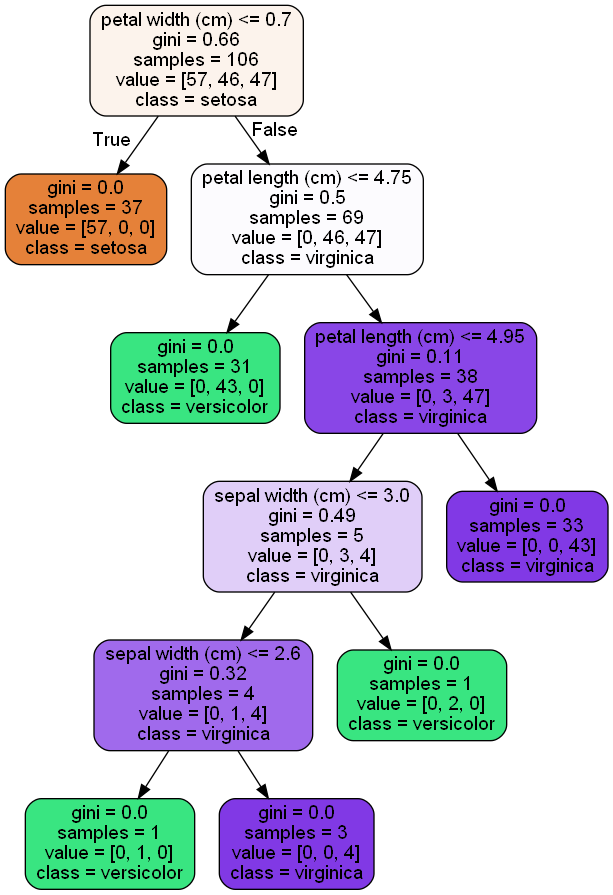
Above: Cases Studies/RandomForest Covid Case Study_06302020/tree.dot.png in tc18fwd/SpringBoard (Graphviz), before the change. Its source is kept beside it as Cases Studies/RandomForest Covid Case Study_06302020/tree.dot.
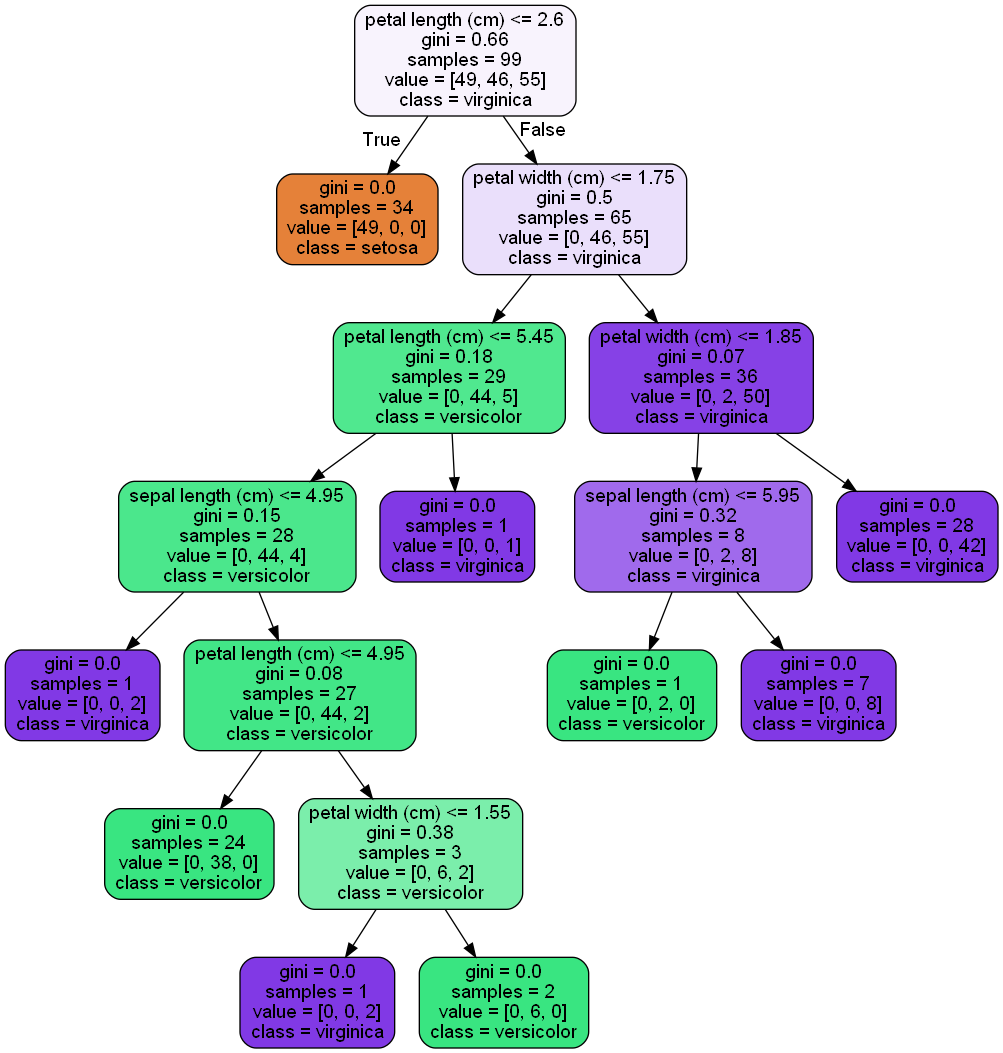
Later version of the same file.

What changed in the source:
```diff
@@ -1,25 +1,37 @@
 digraph Tree {
 node [shape=box, style="filled, rounded", color="black", fontname=helvetica] ;
 edge [fontname=helvetica] ;
-0 [label="petal width (cm) <= 0.7\ngini = 0.66\nsamples = 106\nvalue = [57, 46, 47]\nclass = setosa", fillcolor="#fcf3ec"] ;
-1 [label="gini = 0.0\nsamples = 37\nvalue = [57, 0, 0]\nclass = setosa", fillcolor="#e58139"] ;
+0 [label="petal length (cm) <= 2.6\ngini = 0.66\nsamples = 99\nvalue = [49, 46, 55]\nclass = virginica", fillcolor="#f8f3fd"] ;
+1 [label="gini = 0.0\nsamples = 34\nvalue = [49, 0, 0]\nclass = setosa", fillcolor="#e58139"] ;
 0 -> 1 [labeldistance=2.5, labelangle=45, headlabel="True"] ;
-2 [label="petal length (cm) <= 4.75\ngini = 0.5\nsamples = 69\nvalue = [0, 46, 47]\nclass = virginica", fillcolor="#fcfbfe"] ;
+2 [label="petal width (cm) <= 1.75\ngini = 0.5\nsamples = 65\nvalue = [0, 46, 55]\nclass = virginica", fillcolor="#eadffb"] ;
 0 -> 2 [labeldistance=2.5, labelangle=-45, headlabel="False"] ;
-3 [label="gini = 0.0\nsamples = 31\nvalue = [0, 43, 0]\nclass = versicolor", fillcolor="#39e581"] ;
+3 [label="petal length (cm) <= 5.45\ngini = 0.18\nsamples = 29\nvalue = [0, 44, 5]\nclass = versicolor", fillcolor="#50e88f"] ;
 2 -> 3 ;
-4 [label="petal length (cm) <= 4.95\ngini = 0.11\nsamples = 38\nvalue = [0, 3, 47]\nclass = virginica", fillcolor="#8946e7"] ;
-2 -> 4 ;
-5 [label="sepal width (cm) <= 3.0\ngini = 0.49\nsamples = 5\nvalue = [0, 3, 4]\nclass = virginica", fillcolor="#e0cef8"] ;
+4 [label="sepal length (cm) <= 4.95\ngini = 0.15\nsamples = 28\nvalue = [0, 44, 4]\nclass = versicolor", fillcolor="#4be78c"] ;
+3 -> 4 ;
+5 [label="gini = 0.0\nsamples = 1\nvalue = [0, 0, 2]\nclass = virginica", fillcolor="#8139e5"] ;
 4 -> 5 ;
-6 [label="sepal width (cm) <= 2.6\ngini = 0.32\nsamples = 4\nvalue = [0, 1, 4]\nclass = virginica", fillcolor="#a06aec"] ;
-5 -> 6 ;
-7 [label="gini = 0.0\nsamples = 1\nvalue = [0, 1, 0]\nclass = versicolor", fillcolor="#39e581"] ;
+6 [label="petal length (cm) <= 4.95\ngini = 0.08\nsamples = 27\nvalue = [0, 44, 2]\nclass = versicolor", fillcolor="#42e687"] ;
+4 -> 6 ;
+7 [label="gini = 0.0\nsamples = 24\nvalue = [0, 38, 0]\nclass = versicolor", fillcolor="#39e581"] ;
 6 -> 7 ;
-8 [label="gini = 0.0\nsamples = 3\nvalue = [0, 0, 4]\nclass = virginica", fillcolor="#8139e5"] ;
+8 [label="petal width (cm) <= 1.55\ngini = 0.38\nsamples = 3\nvalue = [0, 6, 2]\nclass = versicolor", fillcolor="#7beeab"] ;
 6 -> 8 ;
-9 [label="gini = 0.0\nsamples = 1\nvalue = [0, 2, 0]\nclass = versicolor", fillcolor="#39e581"] ;
-5 -> 9 ;
-10 [label="gini = 0.0\nsamples = 33\nvalue = [0, 0, 43]\nclass = virginica", fillcolor="#8139e5"] ;
-4 -> 10 ;
+9 [label="gini = 0.0\nsamples = 1\nvalue = [0, 0, 2]\nclass = virginica", fillcolor="#8139e5"] ;
+8 -> 9 ;
+10 [label="gini = 0.0\nsamples = 2\nvalue = [0, 6, 0]\nclass = versicolor", fillcolor="#39e581"] ;
+8 -> 10 ;
+11 [label="gini = 0.0\nsamples = 1\nvalue = [0, 0, 1]\nclass = virginica", fillcolor="#8139e5"] ;
+3 -> 11 ;
+12 [label="petal width (cm) <= 1.85\ngini = 0.07\nsamples = 36\nvalue = [0, 2, 50]\nclass = virginica", fillcolor="#8641e6"] ;
+2 -> 12 ;
+13 [label="sepal length (cm) <= 5.95\ngini = 0.32\nsamples = 8\nvalue = [0, 2, 8]\nclass = virginica", fillcolor="#a06aec"] ;
+12 -> 13 ;
+14 [label="gini = 0.0\nsamples = 1\nvalue = [0, 2, 0]\nclass = versicolor", fillcolor="#39e581"] ;
+13 -> 14 ;
+15 [label="gini = 0.0\nsamples = 7\nvalue = [0, 0, 8]\nclass = virginica", fillcolor="#8139e5"] ;
+13 -> 15 ;
+16 [label="gini = 0.0\nsamples = 28\nvalue = [0, 0, 42]\nclass = virginica", fillcolor="#8139e5"] ;
+12 -> 16 ;
 }
```
